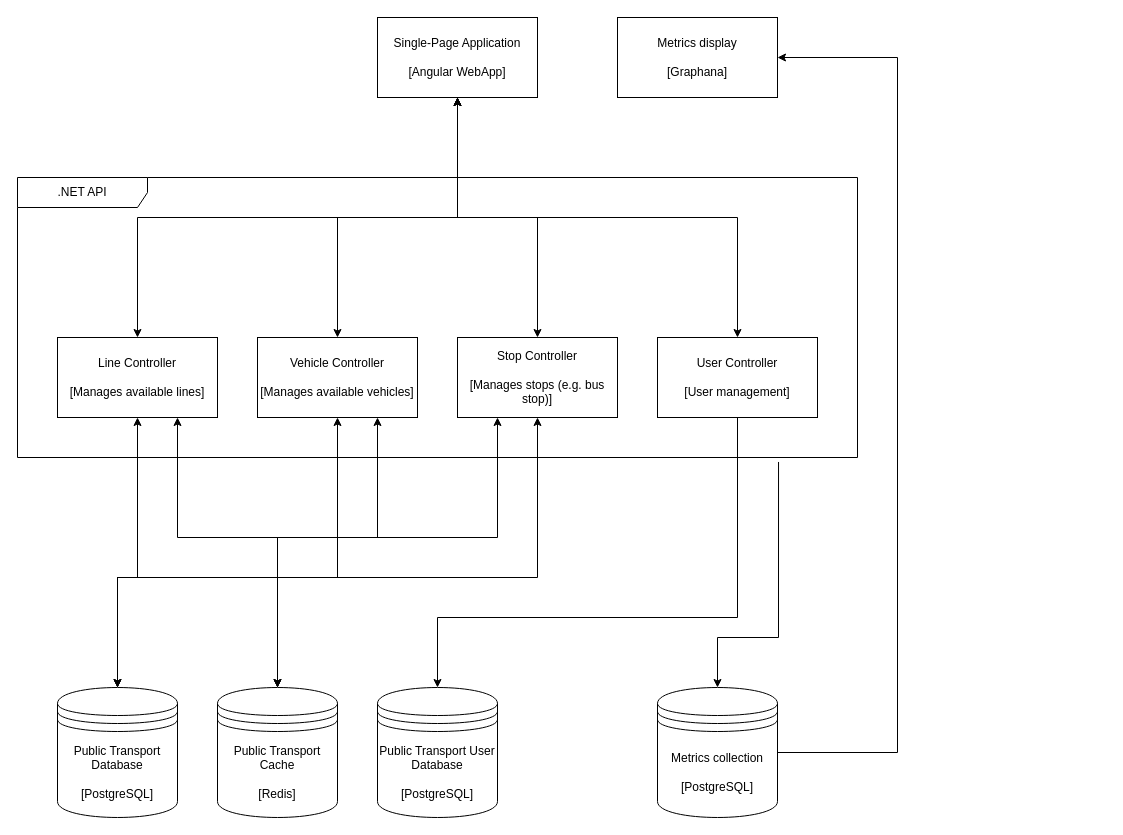
Before: page "ComponentDiagram" (3 of 9) of docs/drawio/Architecture_C4.drawio in Noweli/public-transport-app, a draw.io diagram. Source tidied: cells renumbered, new cells numbered last; positions are measured from the earlier drawing's top-left corner, leaving out a move shared by most shapes. Both pictures are drawn from the tidied source at 100%, with x=0, y=0 at pixel (17, 17).
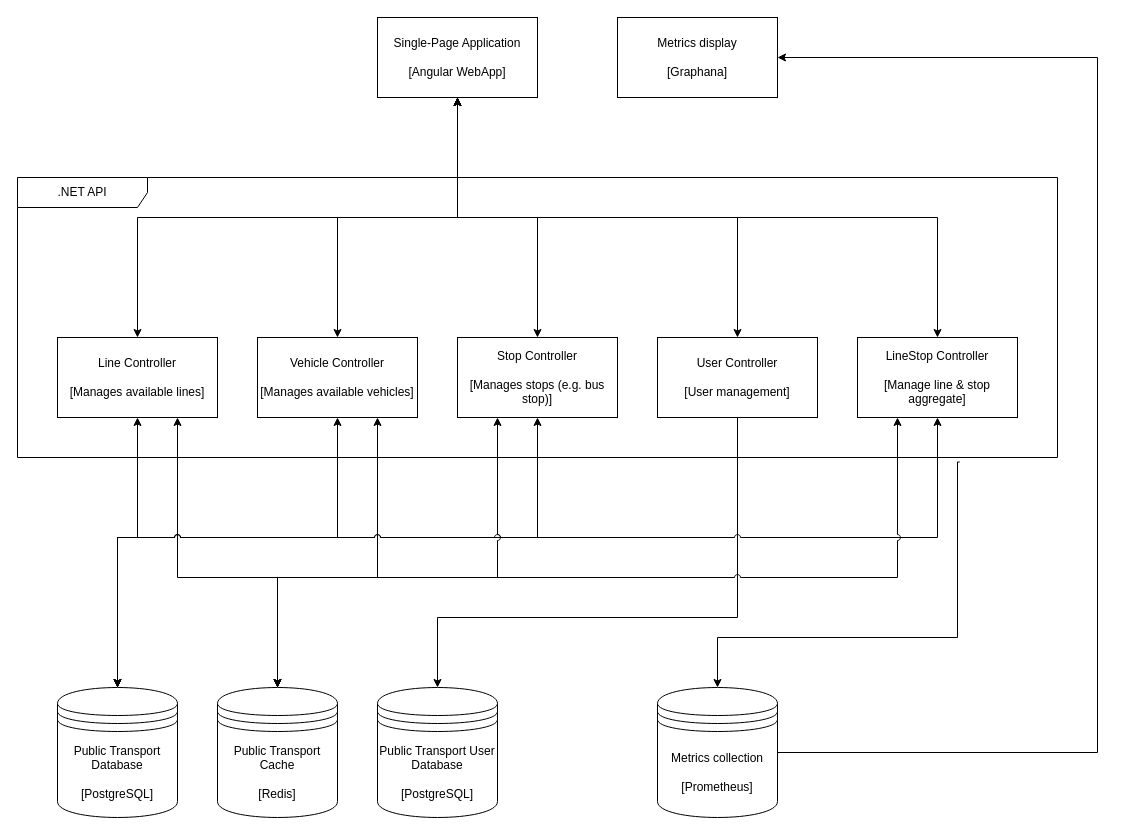
Above is the later version.

Commit message (it also covers changes not shown here):
LineStop controller

Unchanged cells that the change refers to:
```xml
<mxCell id="6" value="Single-Page Application&lt;div&gt;&lt;br&gt;&lt;/div&gt;&lt;div&gt;[Angular WebApp]&lt;/div&gt;" style="rounded=0;whiteSpace=wrap;html=1;" parent="1" vertex="1">
  <mxGeometry x="360" width="160" height="80" as="geometry" />
</mxCell>
<mxCell id="9" value="Line Controller&lt;div&gt;&lt;br&gt;&lt;/div&gt;&lt;div&gt;[Manages available lines]&lt;/div&gt;" style="rounded=0;whiteSpace=wrap;html=1;" parent="1" vertex="1">
  <mxGeometry x="40" y="320" width="160" height="80" as="geometry" />
</mxCell>
<mxCell id="12" value="Vehicle Controller&lt;div&gt;&lt;br&gt;&lt;/div&gt;&lt;div&gt;[Manages available vehicles]&lt;/div&gt;" style="rounded=0;whiteSpace=wrap;html=1;" parent="1" vertex="1">
  <mxGeometry x="240" y="320" width="160" height="80" as="geometry" />
</mxCell>
<mxCell id="15" value="Stop Controller&lt;div&gt;&lt;br&gt;&lt;/div&gt;&lt;div&gt;[Manages stops (e.g. bus stop)]&lt;/div&gt;" style="rounded=0;whiteSpace=wrap;html=1;" parent="1" vertex="1">
  <mxGeometry x="440" y="320" width="160" height="80" as="geometry" />
</mxCell>
<mxCell id="17" value="User Controller&lt;div&gt;&lt;br&gt;&lt;/div&gt;&lt;div&gt;[User management]&lt;/div&gt;" style="rounded=0;whiteSpace=wrap;html=1;" parent="1" vertex="1">
  <mxGeometry x="640" y="320" width="160" height="80" as="geometry" />
</mxCell>
<mxCell id="18" value="Public Transport Cache&lt;div&gt;&lt;br&gt;&lt;/div&gt;&lt;div&gt;[Redis]&lt;/div&gt;" style="shape=datastore;whiteSpace=wrap;html=1;" parent="1" vertex="1">
  <mxGeometry x="200" y="670" width="120" height="130" as="geometry" />
</mxCell>
<mxCell id="19" value="Public Transport Database&lt;div&gt;&lt;br&gt;&lt;/div&gt;&lt;div&gt;[PostgreSQL]&lt;/div&gt;" style="shape=datastore;whiteSpace=wrap;html=1;" parent="1" vertex="1">
  <mxGeometry x="40" y="670" width="120" height="130" as="geometry" />
</mxCell>
<mxCell id="20" value="Public Transport User Database&lt;div&gt;&lt;br&gt;&lt;/div&gt;&lt;div&gt;[PostgreSQL]&lt;/div&gt;" style="shape=datastore;whiteSpace=wrap;html=1;" parent="1" vertex="1">
  <mxGeometry x="360" y="670" width="120" height="130" as="geometry" />
</mxCell>
<mxCell id="23" value="Metrics display&lt;div&gt;&lt;br&gt;&lt;/div&gt;&lt;div&gt;[Graphana]&lt;/div&gt;" style="rounded=0;whiteSpace=wrap;html=1;" parent="1" vertex="1">
  <mxGeometry x="600" width="160" height="80" as="geometry" />
</mxCell>
```

Change to the diagram source:
```diff
@@
+    <mxCell id="26" style="edgeStyle=orthogonalEdgeStyle;rounded=0;jettySize=auto;html=1;exitX=0.5;exitY=1;exitDx=0;exitDy=0;entryX=0.5;entryY=0;entryDx=0;entryDy=0;startArrow=classic;startFill=1;" parent="1" edge="1" source="6" target="29">
+      <mxGeometry relative="1" as="geometry" />
+    </mxCell>
@@
-    <mxCell id="7" style="edgeStyle=orthogonalEdgeStyle;rounded=0;jettySize=auto;html=1;exitX=0.5;exitY=1;exitDx=0;exitDy=0;entryX=0.5;entryY=0;entryDx=0;entryDy=0;startArrow=classic;startFill=1;" parent="1" edge="1" source="9" target="19">
+    <mxCell id="7" style="edgeStyle=orthogonalEdgeStyle;rounded=0;jettySize=auto;html=1;exitX=0.5;exitY=1;exitDx=0;exitDy=0;entryX=0.5;entryY=0;entryDx=0;entryDy=0;startArrow=classic;startFill=1;jumpStyle=arc;" parent="1" edge="1" source="9" target="19">
       <mxGeometry relative="1" as="geometry">
         <Array as="points">
-          <mxPoint x="120" y="560" />
-          <mxPoint x="100" y="560" />
+          <mxPoint x="120" y="520" />
+          <mxPoint x="100" y="520" />
         </Array>
       </mxGeometry>
     </mxCell>
-    <mxCell id="8" style="edgeStyle=orthogonalEdgeStyle;rounded=0;jettySize=auto;html=1;exitX=0.75;exitY=1;exitDx=0;exitDy=0;entryX=0.5;entryY=0;entryDx=0;entryDy=0;startArrow=classic;startFill=1;" parent="1" edge="1" source="9" target="18">
+    <mxCell id="8" style="edgeStyle=orthogonalEdgeStyle;rounded=0;jettySize=auto;html=1;exitX=0.75;exitY=1;exitDx=0;exitDy=0;entryX=0.5;entryY=0;entryDx=0;entryDy=0;startArrow=classic;startFill=1;jumpStyle=arc;" parent="1" edge="1" source="9" target="18">
       <mxGeometry relative="1" as="geometry">
         <Array as="points">
-          <mxPoint x="160" y="520" />
-          <mxPoint x="260" y="520" />
+          <mxPoint x="160" y="560" />
+          <mxPoint x="260" y="560" />
         </Array>
       </mxGeometry>
     </mxCell>
@@
-    <mxCell id="10" style="edgeStyle=orthogonalEdgeStyle;rounded=0;jettySize=auto;html=1;exitX=0.5;exitY=1;exitDx=0;exitDy=0;entryX=0.5;entryY=0;entryDx=0;entryDy=0;startArrow=classic;startFill=1;" parent="1" edge="1" source="12" target="19">
+    <mxCell id="10" style="edgeStyle=orthogonalEdgeStyle;rounded=0;jettySize=auto;html=1;exitX=0.5;exitY=1;exitDx=0;exitDy=0;entryX=0.5;entryY=0;entryDx=0;entryDy=0;startArrow=classic;startFill=1;jumpStyle=arc;" parent="1" edge="1" source="12" target="19">
       <mxGeometry relative="1" as="geometry">
         <Array as="points">
-          <mxPoint x="320" y="560" />
-          <mxPoint x="100" y="560" />
+          <mxPoint x="320" y="520" />
+          <mxPoint x="100" y="520" />
         </Array>
       </mxGeometry>
     </mxCell>
-    <mxCell id="11" style="edgeStyle=orthogonalEdgeStyle;rounded=0;jettySize=auto;html=1;exitX=0.75;exitY=1;exitDx=0;exitDy=0;entryX=0.5;entryY=0;entryDx=0;entryDy=0;startArrow=classic;startFill=1;" parent="1" edge="1" source="12" target="18">
+    <mxCell id="11" style="edgeStyle=orthogonalEdgeStyle;rounded=0;jettySize=auto;html=1;exitX=0.75;exitY=1;exitDx=0;exitDy=0;entryX=0.5;entryY=0;entryDx=0;entryDy=0;startArrow=classic;startFill=1;jumpStyle=arc;" parent="1" edge="1" source="12" target="18">
       <mxGeometry relative="1" as="geometry">
         <Array as="points">
-          <mxPoint x="360" y="520" />
-          <mxPoint x="260" y="520" />
+          <mxPoint x="360" y="560" />
+          <mxPoint x="260" y="560" />
         </Array>
       </mxGeometry>
     </mxCell>
@@
-    <mxCell id="13" style="edgeStyle=orthogonalEdgeStyle;rounded=0;jettySize=auto;html=1;exitX=0.5;exitY=1;exitDx=0;exitDy=0;entryX=0.5;entryY=0;entryDx=0;entryDy=0;startArrow=classic;startFill=1;" parent="1" edge="1" source="15" target="19">
+    <mxCell id="13" style="edgeStyle=orthogonalEdgeStyle;rounded=0;jettySize=auto;html=1;exitX=0.5;exitY=1;exitDx=0;exitDy=0;entryX=0.5;entryY=0;entryDx=0;entryDy=0;startArrow=classic;startFill=1;jumpStyle=arc;" parent="1" edge="1" source="15" target="19">
       <mxGeometry relative="1" as="geometry">
         <Array as="points">
-          <mxPoint x="520" y="560" />
-          <mxPoint x="100" y="560" />
+          <mxPoint x="520" y="520" />
+          <mxPoint x="100" y="520" />
         </Array>
       </mxGeometry>
     </mxCell>
-    <mxCell id="14" style="edgeStyle=orthogonalEdgeStyle;rounded=0;jettySize=auto;html=1;exitX=0.25;exitY=1;exitDx=0;exitDy=0;entryX=0.5;entryY=0;entryDx=0;entryDy=0;startArrow=classic;startFill=1;" parent="1" edge="1" source="15" target="18">
+    <mxCell id="14" style="edgeStyle=orthogonalEdgeStyle;rounded=0;jettySize=auto;html=1;exitX=0.25;exitY=1;exitDx=0;exitDy=0;entryX=0.5;entryY=0;entryDx=0;entryDy=0;startArrow=classic;startFill=1;jumpStyle=arc;" parent="1" edge="1" source="15" target="18">
       <mxGeometry relative="1" as="geometry">
         <Array as="points">
-          <mxPoint x="480" y="520" />
-          <mxPoint x="260" y="520" />
+          <mxPoint x="480" y="560" />
+          <mxPoint x="260" y="560" />
         </Array>
       </mxGeometry>
     </mxCell>
@@
-    <mxCell id="16" style="edgeStyle=orthogonalEdgeStyle;rounded=0;jettySize=auto;html=1;exitX=0.5;exitY=1;exitDx=0;exitDy=0;entryX=0.5;entryY=0;entryDx=0;entryDy=0;" parent="1" edge="1" source="17" target="20">
+    <mxCell id="16" style="edgeStyle=orthogonalEdgeStyle;rounded=0;jettySize=auto;html=1;exitX=0.5;exitY=1;exitDx=0;exitDy=0;entryX=0.5;entryY=0;entryDx=0;entryDy=0;jumpStyle=arc;" parent="1" edge="1" source="17" target="20">
       <mxGeometry relative="1" as="geometry">
         <Array as="points">
           <mxPoint x="720" y="600" />
           <mxPoint x="420" y="600" />
         </Array>
       </mxGeometry>
     </mxCell>
@@
     <mxCell id="21" style="edgeStyle=orthogonalEdgeStyle;rounded=0;jettySize=auto;html=1;exitX=1;exitY=0.5;exitDx=0;exitDy=0;entryX=1;entryY=0.5;entryDx=0;entryDy=0;" parent="1" edge="1" source="22" target="23">
       <mxGeometry relative="1" as="geometry">
         <Array as="points">
-          <mxPoint x="880" y="735" />
-          <mxPoint x="880" y="40" />
+          <mxPoint x="1080" y="735" />
+          <mxPoint x="1080" y="40" />
         </Array>
       </mxGeometry>
     </mxCell>
-    <mxCell id="22" value="Metrics collection&lt;div&gt;&lt;br&gt;&lt;/div&gt;&lt;div&gt;[PostgreSQL]&lt;/div&gt;" style="shape=datastore;whiteSpace=wrap;html=1;" parent="1" vertex="1">
+    <mxCell id="22" value="Metrics collection&lt;div&gt;&lt;br&gt;&lt;/div&gt;&lt;div&gt;[Prometheus]&lt;/div&gt;" style="shape=datastore;whiteSpace=wrap;html=1;" parent="1" vertex="1">
       <mxGeometry x="640" y="670" width="120" height="130" as="geometry" />
     </mxCell>
@@
     <mxCell id="24" value=".NET API" style="shape=umlFrame;whiteSpace=wrap;html=1;width=130;height=30;" parent="1" vertex="1">
-      <mxGeometry y="160" width="840" height="280" as="geometry" />
+      <mxGeometry y="160" width="1040" height="280" as="geometry" />
     </mxCell>
     <mxCell id="25" style="edgeStyle=orthogonalEdgeStyle;rounded=0;jettySize=auto;html=1;exitX=0.5;exitY=0;exitDx=0;exitDy=0;entryX=0.906;entryY=1.016;entryDx=0;entryDy=0;entryPerimeter=0;startArrow=classic;startFill=1;endArrow=none;endFill=0;" parent="1" edge="1" source="22" target="24">
       <mxGeometry relative="1" as="geometry">
         <Array as="points">
           <mxPoint x="700" y="620" />
-          <mxPoint x="761" y="620" />
+          <mxPoint x="940" y="620" />
+          <mxPoint x="940" y="444" />
         </Array>
       </mxGeometry>
     </mxCell>
+    <mxCell id="27" style="edgeStyle=orthogonalEdgeStyle;rounded=0;jettySize=auto;html=1;exitX=0.5;exitY=1;exitDx=0;exitDy=0;entryX=0.5;entryY=0;entryDx=0;entryDy=0;startArrow=classic;startFill=1;jumpStyle=arc;" parent="1" edge="1" source="29" target="19">
+      <mxGeometry relative="1" as="geometry">
+        <Array as="points">
+          <mxPoint x="920" y="520" />
+          <mxPoint x="100" y="520" />
+        </Array>
+      </mxGeometry>
+    </mxCell>
+    <mxCell id="28" style="edgeStyle=orthogonalEdgeStyle;rounded=0;jettySize=auto;html=1;exitX=0.25;exitY=1;exitDx=0;exitDy=0;entryX=0.5;entryY=0;entryDx=0;entryDy=0;startArrow=classic;startFill=1;jumpStyle=arc;" parent="1" edge="1" source="29" target="18">
+      <mxGeometry relative="1" as="geometry">
+        <Array as="points">
+          <mxPoint x="880" y="560" />
+          <mxPoint x="260" y="560" />
+        </Array>
+      </mxGeometry>
+    </mxCell>
+    <mxCell id="29" value="LineStop Controller&lt;div&gt;&lt;br&gt;&lt;/div&gt;&lt;div&gt;[Manage line &amp;amp; stop aggregate]&lt;/div&gt;" style="rounded=0;whiteSpace=wrap;html=1;" parent="1" vertex="1">
+      <mxGeometry x="840" y="320" width="160" height="80" as="geometry" />
+    </mxCell>
```
